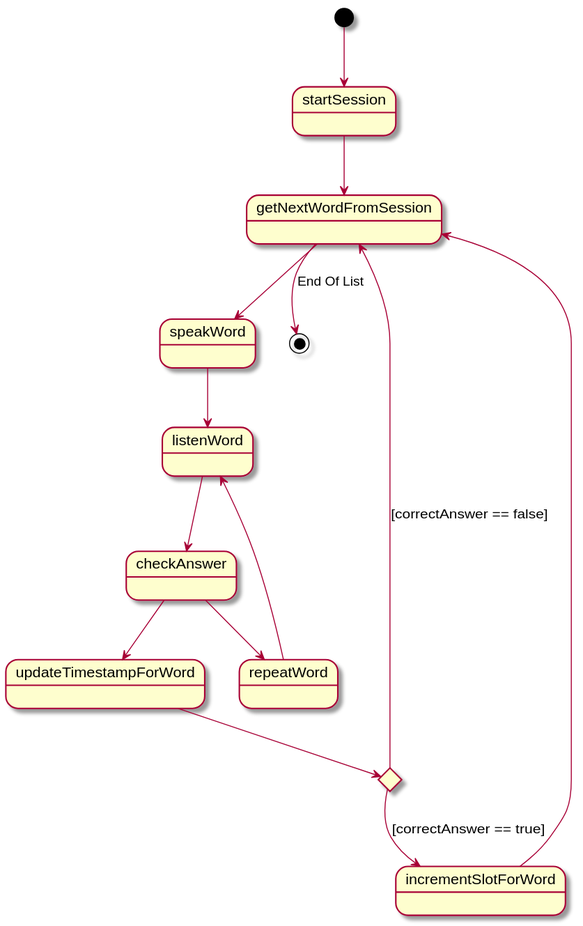
Above: doc/plantUml.svg in Leelu55/Articulus (PlantUML), before the change.
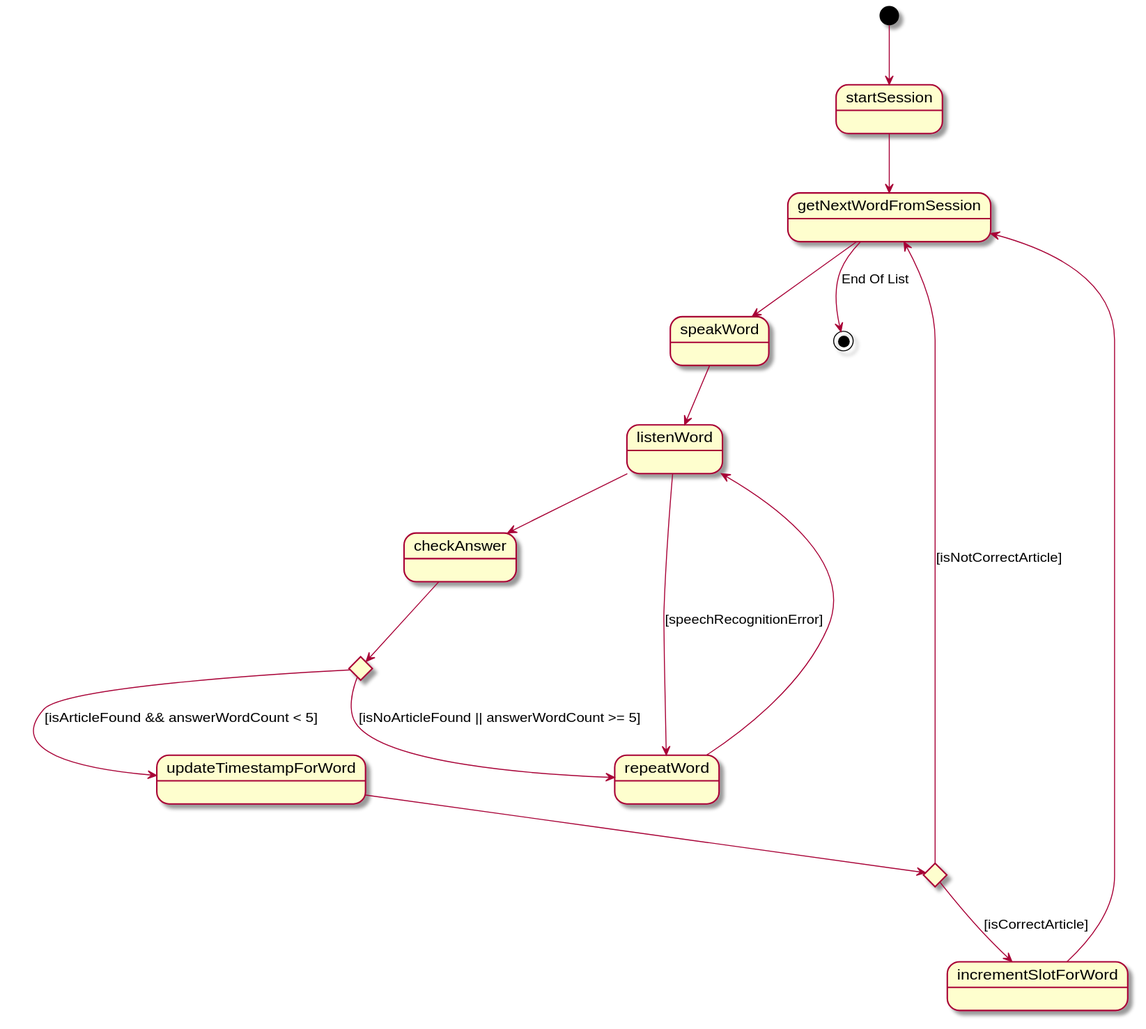
After the change.

The edit, as a diff of the source:
```diff
@@ -5,12 +5,15 @@
 getNextWordFromSession --> [*]: End Of List
 speakWord --> listenWord
 listenWord --> checkAnswer
-checkAnswer --> repeatWord
-checkAnswer --> updateTimestampForWord
+listenWord --> repeatWord : [speechRecognitionError]
+state a <<choice>>
+checkAnswer --> a
+a --> repeatWord : [isNoArticleFound || answerWordCount >= 5]
+a --> updateTimestampForWord : [isArticleFound  &&  answerWordCount < 5]
 state c <<choice>>
 updateTimestampForWord --> c
-c --> getNextWordFromSession : [correctAnswer == false]
-c --> incrementSlotForWord : [correctAnswer == true]
+c --> getNextWordFromSession : [isNotCorrectArticle]
+c --> incrementSlotForWord : [isCorrectArticle]
 repeatWord --> listenWord
 incrementSlotForWord --> getNextWordFromSession
 @enduml
```
